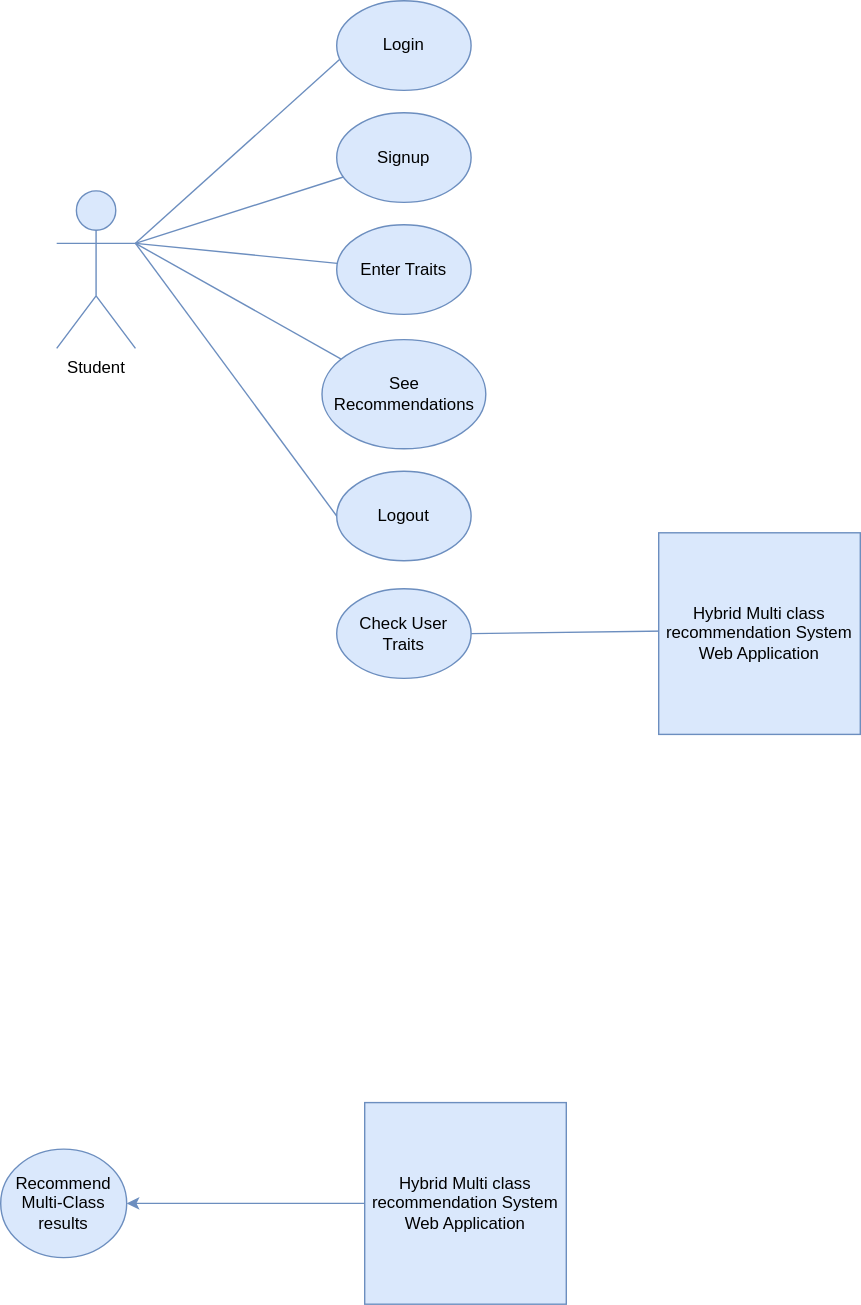
Above: useCase.svg in Umair-exe/fyp-diagrams (draw.io), before the change. Source tidied: cells renumbered, new cells last; positions are measured from the earlier drawing's top-left corner, leaving out a move shared by most shapes. Source of this version:
```xml
<mxGraphModel>
  <root>
    <mxCell id="0" />
    <mxCell id="1" parent="0" />
    <mxCell id="2" style="endArrow=none;html=1;rounded=0;fontSize=12;entryX=0.139;entryY=0.486;entryDx=0;entryDy=0;entryPerimeter=0;exitX=1;exitY=0.5;exitDx=0;exitDy=0;fillColor=#dae8fc;strokeColor=#6c8ebf;" parent="1" edge="1" source="11" target="12">
      <mxGeometry relative="1" as="geometry" />
    </mxCell>
    <mxCell id="3" value="Signup" style="ellipse;whiteSpace=wrap;html=1;fillColor=#dae8fc;strokeColor=#6c8ebf;" parent="1" vertex="1">
      <mxGeometry x="240" y="80" width="96" height="64" as="geometry" />
    </mxCell>
    <mxCell id="4" value="Enter Traits" style="ellipse;whiteSpace=wrap;html=1;fillColor=#dae8fc;strokeColor=#6c8ebf;" parent="1" vertex="1">
      <mxGeometry x="240" y="160" width="96" height="64" as="geometry" />
    </mxCell>
    <mxCell id="5" value="&lt;font style=&quot;font-size: 12px;&quot;&gt;See Recommendations&lt;/font&gt;" style="ellipse;whiteSpace=wrap;html=1;fillColor=#dae8fc;strokeColor=#6c8ebf;" parent="1" vertex="1">
      <mxGeometry x="229.5" y="242" width="117" height="78" as="geometry" />
    </mxCell>
    <mxCell id="6" value="Logout" style="ellipse;whiteSpace=wrap;html=1;fillColor=#dae8fc;strokeColor=#6c8ebf;" parent="1" vertex="1">
      <mxGeometry x="240" y="336" width="96" height="64" as="geometry" />
    </mxCell>
    <mxCell id="7" style="endArrow=none;html=1;rounded=0;fillColor=#dae8fc;strokeColor=#6c8ebf;exitX=1;exitY=0.3333333333333333;exitDx=0;exitDy=0;exitPerimeter=0;" parent="1" edge="1" source="13" target="3">
      <mxGeometry relative="1" as="geometry" />
    </mxCell>
    <mxCell id="8" style="endArrow=none;html=1;rounded=0;fillColor=#dae8fc;strokeColor=#6c8ebf;exitX=1;exitY=0.3333333333333333;exitDx=0;exitDy=0;exitPerimeter=0;" parent="1" edge="1" source="13" target="4">
      <mxGeometry relative="1" as="geometry" />
    </mxCell>
    <mxCell id="9" style="endArrow=none;html=1;rounded=0;fillColor=#dae8fc;strokeColor=#6c8ebf;exitX=1;exitY=0.3333333333333333;exitDx=0;exitDy=0;exitPerimeter=0;" parent="1" edge="1" source="13" target="5">
      <mxGeometry relative="1" as="geometry" />
    </mxCell>
    <mxCell id="10" style="endArrow=none;html=1;rounded=0;entryX=0;entryY=0.5;entryDx=0;entryDy=0;fillColor=#dae8fc;strokeColor=#6c8ebf;exitX=1;exitY=0.3333333333333333;exitDx=0;exitDy=0;exitPerimeter=0;" parent="1" edge="1" source="13" target="6">
      <mxGeometry relative="1" as="geometry" />
    </mxCell>
    <mxCell id="11" value="Check User Traits" style="ellipse;whiteSpace=wrap;html=1;fillColor=#dae8fc;strokeColor=#6c8ebf;" parent="1" vertex="1">
      <mxGeometry x="240" y="420" width="96" height="64" as="geometry" />
    </mxCell>
    <mxCell id="12" value="Hybrid Multi class recommendation System Web Application" style="whiteSpace=wrap;html=1;fontSize=12;fillColor=#dae8fc;strokeColor=#6c8ebf;" parent="1" vertex="1">
      <mxGeometry x="470" y="380" width="144" height="144" as="geometry" />
    </mxCell>
    <mxCell id="13" value="Student&lt;br&gt;" style="shape=umlActor;verticalLabelPosition=bottom;verticalAlign=top;html=1;outlineConnect=0;fillColor=#dae8fc;strokeColor=#6c8ebf;" parent="1" vertex="1">
      <mxGeometry x="40" y="135.8" width="56.2" height="112.5" as="geometry" />
    </mxCell>
    <mxCell id="14" value="Login" style="ellipse;whiteSpace=wrap;html=1;fillColor=#dae8fc;strokeColor=#6c8ebf;" parent="1" vertex="1">
      <mxGeometry x="240" width="96" height="64" as="geometry" />
    </mxCell>
    <mxCell id="15" style="endArrow=none;html=1;rounded=0;fillColor=#dae8fc;strokeColor=#6c8ebf;entryX=0.021;entryY=0.656;entryDx=0;entryDy=0;entryPerimeter=0;exitX=1;exitY=0.3333333333333333;exitDx=0;exitDy=0;exitPerimeter=0;" parent="1" edge="1" source="13" target="14">
      <mxGeometry relative="1" as="geometry" />
    </mxCell>
    <mxCell id="16" value="Recommend Multi-Class results" style="ellipse;whiteSpace=wrap;html=1;fillColor=#dae8fc;strokeColor=#6c8ebf;" parent="1" vertex="1">
      <mxGeometry y="820.2" width="90" height="77.5" as="geometry" />
    </mxCell>
    <mxCell id="17" value="Hybrid Multi class recommendation System Web Application" style="whiteSpace=wrap;html=1;fontSize=12;fillColor=#dae8fc;strokeColor=#6c8ebf;" parent="1" vertex="1">
      <mxGeometry x="260" y="787" width="144" height="144" as="geometry" />
    </mxCell>
    <mxCell id="18" style="endArrow=classic;html=1;rounded=0;fontSize=12;entryX=1;entryY=0.5;entryDx=0;entryDy=0;exitX=0;exitY=0.5;exitDx=0;exitDy=0;fillColor=#dae8fc;strokeColor=#6c8ebf;" parent="1" edge="1" source="17" target="16">
      <mxGeometry relative="1" as="geometry" />
    </mxCell>
  </root>
</mxGraphModel>
```
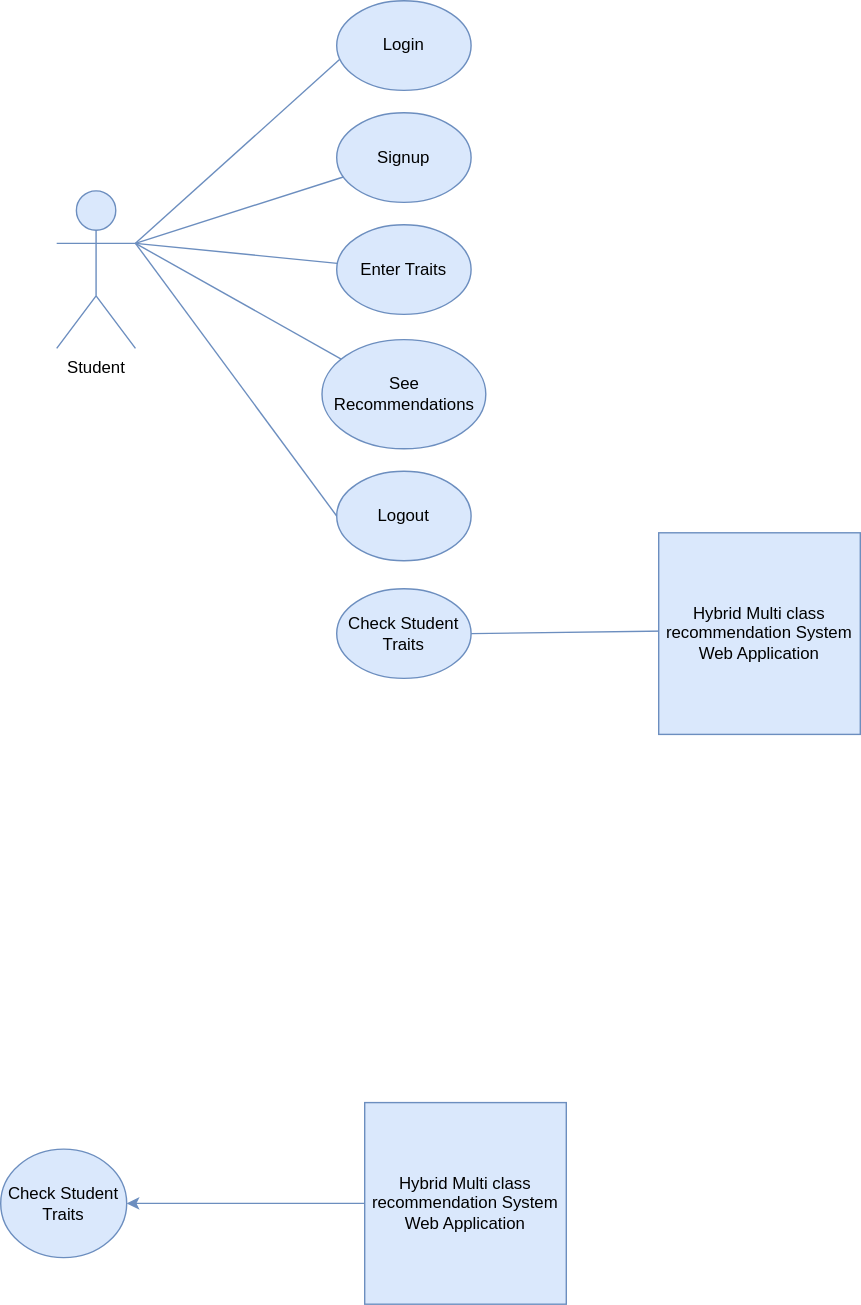
Later version of the same file.

Change to the diagram source:
```diff
@@ -29,7 +29,7 @@
     <mxCell id="10" style="endArrow=none;html=1;rounded=0;entryX=0;entryY=0.5;entryDx=0;entryDy=0;fillColor=#dae8fc;strokeColor=#6c8ebf;exitX=1;exitY=0.3333333333333333;exitDx=0;exitDy=0;exitPerimeter=0;" parent="1" edge="1" source="13" target="6">
       <mxGeometry relative="1" as="geometry" />
     </mxCell>
-    <mxCell id="11" value="Check User Traits" style="ellipse;whiteSpace=wrap;html=1;fillColor=#dae8fc;strokeColor=#6c8ebf;" parent="1" vertex="1">
+    <mxCell id="11" value="Check Student Traits" style="ellipse;whiteSpace=wrap;html=1;fillColor=#dae8fc;strokeColor=#6c8ebf;" parent="1" vertex="1">
       <mxGeometry x="240" y="420" width="96" height="64" as="geometry" />
     </mxCell>
     <mxCell id="12" value="Hybrid Multi class recommendation System Web Application" style="whiteSpace=wrap;html=1;fontSize=12;fillColor=#dae8fc;strokeColor=#6c8ebf;" parent="1" vertex="1">
@@ -44,7 +44,7 @@
     <mxCell id="15" style="endArrow=none;html=1;rounded=0;fillColor=#dae8fc;strokeColor=#6c8ebf;entryX=0.021;entryY=0.656;entryDx=0;entryDy=0;entryPerimeter=0;exitX=1;exitY=0.3333333333333333;exitDx=0;exitDy=0;exitPerimeter=0;" parent="1" edge="1" source="13" target="14">
       <mxGeometry relative="1" as="geometry" />
     </mxCell>
-    <mxCell id="16" value="Recommend Multi-Class results" style="ellipse;whiteSpace=wrap;html=1;fillColor=#dae8fc;strokeColor=#6c8ebf;" parent="1" vertex="1">
+    <mxCell id="16" value="Check Student Traits" style="ellipse;whiteSpace=wrap;html=1;fillColor=#dae8fc;strokeColor=#6c8ebf;" parent="1" vertex="1">
       <mxGeometry y="820.2" width="90" height="77.5" as="geometry" />
     </mxCell>
     <mxCell id="17" value="Hybrid Multi class recommendation System Web Application" style="whiteSpace=wrap;html=1;fontSize=12;fillColor=#dae8fc;strokeColor=#6c8ebf;" parent="1" vertex="1">
```
